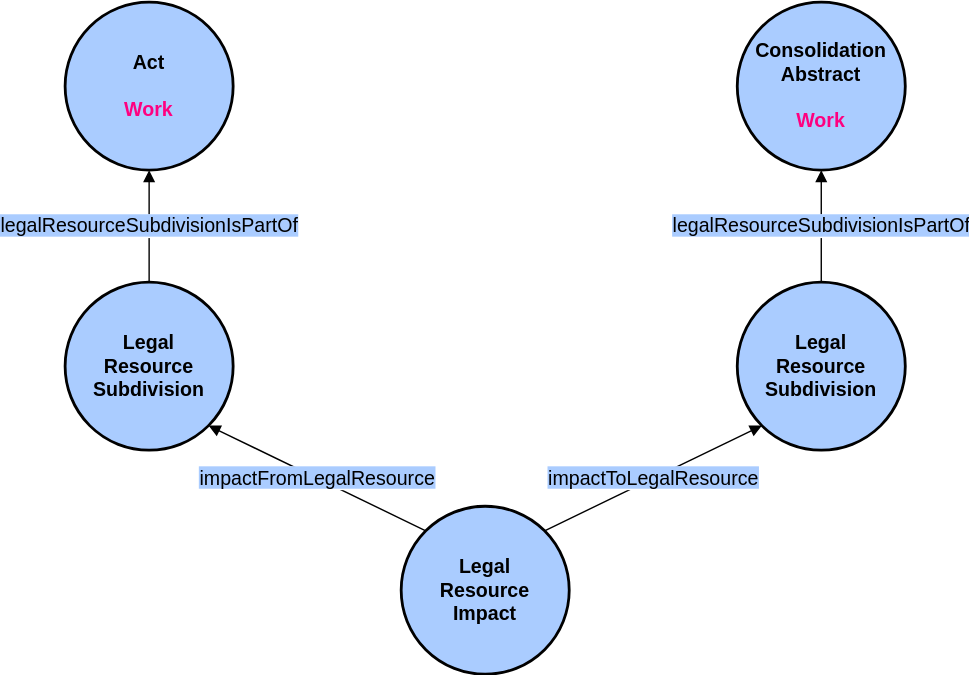
This is doc/img/impact.svg from bequrios/jolux-sphinx, a draw.io export, as it was before one commit. Source tidied: cells renumbered, new cells last; positions are measured from the earlier drawing's top-left corner, leaving out a move shared by most shapes. Its diagram source:
```xml
<mxGraphModel>
  <root>
    <mxCell id="0" />
    <mxCell id="1" parent="0" />
    <mxCell id="2" value="&lt;b&gt;Act&lt;br&gt;&lt;br&gt;&lt;font color=&quot;#ff0080&quot;&gt;Work&lt;/font&gt;&lt;/b&gt;" style="ellipse;whiteSpace=wrap;html=1;rounded=0;shadow=0;glass=0;comic=0;strokeColor=#000000;strokeWidth=2;fillColor=#acf;gradientColor=none;fontSize=14;fontColor=#000000;align=center;" parent="1" vertex="1">
      <mxGeometry width="120" height="120" as="geometry" />
    </mxCell>
    <mxCell id="3" value="&lt;b&gt;Legal&lt;br&gt;Resource&lt;br&gt;Impact&lt;/b&gt;" style="ellipse;whiteSpace=wrap;html=1;rounded=0;shadow=0;glass=0;comic=0;strokeColor=#000000;strokeWidth=2;fillColor=#acf;gradientColor=none;fontSize=14;fontColor=#000000;align=center;" parent="1" vertex="1">
      <mxGeometry x="240" y="360" width="120" height="120" as="geometry" />
    </mxCell>
    <mxCell id="4" value="&lt;b&gt;Legal&lt;br&gt;Resource&lt;br&gt;Subdivision&lt;/b&gt;" style="ellipse;whiteSpace=wrap;html=1;rounded=0;shadow=0;glass=0;comic=0;strokeColor=#000000;strokeWidth=2;fillColor=#acf;gradientColor=none;fontSize=14;fontColor=#000000;align=center;" parent="1" vertex="1">
      <mxGeometry y="200" width="120" height="120" as="geometry" />
    </mxCell>
    <mxCell id="5" value="&lt;b&gt;Consolidation&lt;br&gt;Abstract&lt;br&gt;&lt;br&gt;&lt;font color=&quot;#ff0080&quot;&gt;Work&lt;/font&gt;&lt;/b&gt;" style="ellipse;whiteSpace=wrap;html=1;rounded=0;shadow=0;glass=0;comic=0;strokeColor=#000000;strokeWidth=2;fillColor=#acf;gradientColor=none;fontSize=14;fontColor=#000000;align=center;" parent="1" vertex="1">
      <mxGeometry x="480" width="120" height="120" as="geometry" />
    </mxCell>
    <mxCell id="6" value="&lt;b&gt;Legal&lt;br&gt;Resource&lt;br&gt;Subdivision&lt;/b&gt;" style="ellipse;whiteSpace=wrap;html=1;rounded=0;shadow=0;glass=0;comic=0;strokeColor=#000000;strokeWidth=2;fillColor=#acf;gradientColor=none;fontSize=14;fontColor=#000000;align=center;" parent="1" vertex="1">
      <mxGeometry x="480" y="200" width="120" height="120" as="geometry" />
    </mxCell>
    <mxCell id="7" value="&lt;span style=&quot;background-color: rgb(170 , 204 , 255)&quot;&gt;impactFromLegalResource&lt;/span&gt;" style="endArrow=block;html=1;strokeColor=#000000;fontSize=14;fontColor=#000000;endFill=1;entryX=1;entryY=1;entryDx=0;entryDy=0;exitX=0;exitY=0;exitDx=0;exitDy=0;" parent="1" edge="1" source="3" target="4">
      <mxGeometry relative="1" as="geometry" />
    </mxCell>
    <mxCell id="8" value="&lt;span style=&quot;background-color: rgb(170 , 204 , 255)&quot;&gt;impactToLegalResource&lt;/span&gt;" style="endArrow=block;html=1;strokeColor=#000000;fontSize=14;fontColor=#000000;endFill=1;entryX=0;entryY=1;entryDx=0;entryDy=0;exitX=1;exitY=0;exitDx=0;exitDy=0;" parent="1" edge="1" source="3" target="6">
      <mxGeometry relative="1" as="geometry" />
    </mxCell>
    <mxCell id="9" value="&lt;span style=&quot;background-color: rgb(170 , 204 , 255)&quot;&gt;legalResourceSubdivisionIsPartOf&lt;/span&gt;" style="endArrow=block;html=1;strokeColor=#000000;fontSize=14;fontColor=#000000;endFill=1;entryX=0.5;entryY=1;entryDx=0;entryDy=0;exitX=0.5;exitY=0;exitDx=0;exitDy=0;" parent="1" edge="1" source="4" target="2">
      <mxGeometry relative="1" as="geometry" />
    </mxCell>
    <mxCell id="10" value="&lt;span style=&quot;background-color: rgb(170 , 204 , 255)&quot;&gt;legalResourceSubdivisionIsPartOf&lt;/span&gt;" style="endArrow=block;html=1;strokeColor=#000000;fontSize=14;fontColor=#000000;endFill=1;entryX=0.5;entryY=1;entryDx=0;entryDy=0;exitX=0.5;exitY=0;exitDx=0;exitDy=0;" parent="1" edge="1" source="6" target="5">
      <mxGeometry relative="1" as="geometry" />
    </mxCell>
  </root>
</mxGraphModel>
```
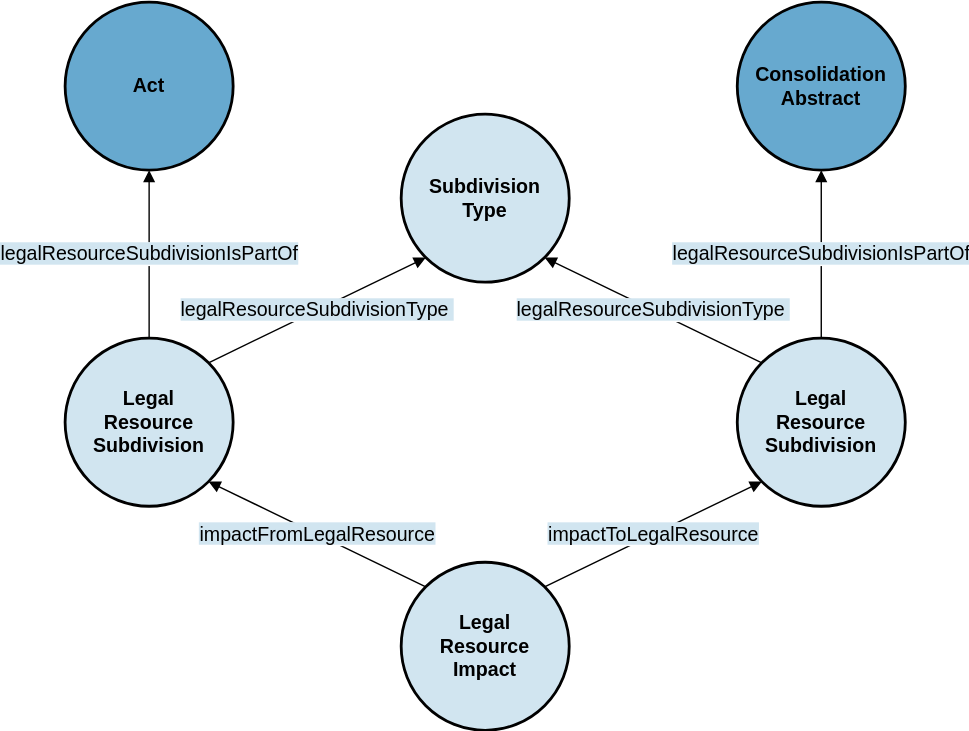
After the change.

The edit, as a diff of the source:
```diff
@@ -2,32 +2,41 @@
   <root>
     <mxCell id="0" />
     <mxCell id="1" parent="0" />
-    <mxCell id="2" value="&lt;b&gt;Act&lt;br&gt;&lt;br&gt;&lt;font color=&quot;#ff0080&quot;&gt;Work&lt;/font&gt;&lt;/b&gt;" style="ellipse;whiteSpace=wrap;html=1;rounded=0;shadow=0;glass=0;comic=0;strokeColor=#000000;strokeWidth=2;fillColor=#acf;gradientColor=none;fontSize=14;fontColor=#000000;align=center;" parent="1" vertex="1">
-      <mxGeometry width="120" height="120" as="geometry" />
+    <mxCell id="2" value="&lt;b&gt;Act&lt;br&gt;&lt;/b&gt;" style="ellipse;whiteSpace=wrap;html=1;rounded=0;shadow=0;glass=0;comic=0;strokeColor=#000000;strokeWidth=2;fillColor=#67A9CF;gradientColor=none;fontSize=14;fontColor=#000000;align=center;" parent="1" vertex="1">
+      <mxGeometry y="-40" width="120" height="120" as="geometry" />
     </mxCell>
-    <mxCell id="3" value="&lt;b&gt;Legal&lt;br&gt;Resource&lt;br&gt;Impact&lt;/b&gt;" style="ellipse;whiteSpace=wrap;html=1;rounded=0;shadow=0;glass=0;comic=0;strokeColor=#000000;strokeWidth=2;fillColor=#acf;gradientColor=none;fontSize=14;fontColor=#000000;align=center;" parent="1" vertex="1">
+    <mxCell id="3" value="&lt;b&gt;Legal&lt;br&gt;Resource&lt;br&gt;Impact&lt;/b&gt;" style="ellipse;whiteSpace=wrap;html=1;rounded=0;shadow=0;glass=0;comic=0;strokeColor=#000000;strokeWidth=2;fillColor=#D1E5F0;gradientColor=none;fontSize=14;fontColor=#000000;align=center;" parent="1" vertex="1">
       <mxGeometry x="240" y="360" width="120" height="120" as="geometry" />
     </mxCell>
-    <mxCell id="4" value="&lt;b&gt;Legal&lt;br&gt;Resource&lt;br&gt;Subdivision&lt;/b&gt;" style="ellipse;whiteSpace=wrap;html=1;rounded=0;shadow=0;glass=0;comic=0;strokeColor=#000000;strokeWidth=2;fillColor=#acf;gradientColor=none;fontSize=14;fontColor=#000000;align=center;" parent="1" vertex="1">
+    <mxCell id="4" value="&lt;b&gt;Legal&lt;br&gt;Resource&lt;br&gt;Subdivision&lt;/b&gt;" style="ellipse;whiteSpace=wrap;html=1;rounded=0;shadow=0;glass=0;comic=0;strokeColor=#000000;strokeWidth=2;fillColor=#D1E5F0;gradientColor=none;fontSize=14;fontColor=#000000;align=center;" parent="1" vertex="1">
       <mxGeometry y="200" width="120" height="120" as="geometry" />
     </mxCell>
-    <mxCell id="5" value="&lt;b&gt;Consolidation&lt;br&gt;Abstract&lt;br&gt;&lt;br&gt;&lt;font color=&quot;#ff0080&quot;&gt;Work&lt;/font&gt;&lt;/b&gt;" style="ellipse;whiteSpace=wrap;html=1;rounded=0;shadow=0;glass=0;comic=0;strokeColor=#000000;strokeWidth=2;fillColor=#acf;gradientColor=none;fontSize=14;fontColor=#000000;align=center;" parent="1" vertex="1">
-      <mxGeometry x="480" width="120" height="120" as="geometry" />
+    <mxCell id="5" value="&lt;b&gt;Consolidation&lt;br&gt;Abstract&lt;br&gt;&lt;/b&gt;" style="ellipse;whiteSpace=wrap;html=1;rounded=0;shadow=0;glass=0;comic=0;strokeColor=#000000;strokeWidth=2;fillColor=#67A9CF;gradientColor=none;fontSize=14;fontColor=#000000;align=center;" parent="1" vertex="1">
+      <mxGeometry x="480" y="-40" width="120" height="120" as="geometry" />
     </mxCell>
-    <mxCell id="6" value="&lt;b&gt;Legal&lt;br&gt;Resource&lt;br&gt;Subdivision&lt;/b&gt;" style="ellipse;whiteSpace=wrap;html=1;rounded=0;shadow=0;glass=0;comic=0;strokeColor=#000000;strokeWidth=2;fillColor=#acf;gradientColor=none;fontSize=14;fontColor=#000000;align=center;" parent="1" vertex="1">
+    <mxCell id="6" value="&lt;b&gt;Legal&lt;br&gt;Resource&lt;br&gt;Subdivision&lt;/b&gt;" style="ellipse;whiteSpace=wrap;html=1;rounded=0;shadow=0;glass=0;comic=0;strokeColor=#000000;strokeWidth=2;fillColor=#D1E5F0;gradientColor=none;fontSize=14;fontColor=#000000;align=center;" parent="1" vertex="1">
       <mxGeometry x="480" y="200" width="120" height="120" as="geometry" />
     </mxCell>
-    <mxCell id="7" value="&lt;span style=&quot;background-color: rgb(170 , 204 , 255)&quot;&gt;impactFromLegalResource&lt;/span&gt;" style="endArrow=block;html=1;strokeColor=#000000;fontSize=14;fontColor=#000000;endFill=1;entryX=1;entryY=1;entryDx=0;entryDy=0;exitX=0;exitY=0;exitDx=0;exitDy=0;" parent="1" edge="1" source="3" target="4">
+    <mxCell id="7" value="&lt;span style=&quot;background-color: rgb(209, 229, 240);&quot;&gt;impactFromLegalResource&lt;/span&gt;" style="endArrow=block;html=1;strokeColor=#000000;fontSize=14;fontColor=#000000;endFill=1;entryX=1;entryY=1;entryDx=0;entryDy=0;exitX=0;exitY=0;exitDx=0;exitDy=0;" parent="1" edge="1" source="3" target="4">
       <mxGeometry relative="1" as="geometry" />
     </mxCell>
-    <mxCell id="8" value="&lt;span style=&quot;background-color: rgb(170 , 204 , 255)&quot;&gt;impactToLegalResource&lt;/span&gt;" style="endArrow=block;html=1;strokeColor=#000000;fontSize=14;fontColor=#000000;endFill=1;entryX=0;entryY=1;entryDx=0;entryDy=0;exitX=1;exitY=0;exitDx=0;exitDy=0;" parent="1" edge="1" source="3" target="6">
+    <mxCell id="8" value="&lt;span style=&quot;background-color: rgb(209, 229, 240);&quot;&gt;impactToLegalResource&lt;/span&gt;" style="endArrow=block;html=1;strokeColor=#000000;fontSize=14;fontColor=#000000;endFill=1;entryX=0;entryY=1;entryDx=0;entryDy=0;exitX=1;exitY=0;exitDx=0;exitDy=0;" parent="1" edge="1" source="3" target="6">
       <mxGeometry relative="1" as="geometry" />
     </mxCell>
-    <mxCell id="9" value="&lt;span style=&quot;background-color: rgb(170 , 204 , 255)&quot;&gt;legalResourceSubdivisionIsPartOf&lt;/span&gt;" style="endArrow=block;html=1;strokeColor=#000000;fontSize=14;fontColor=#000000;endFill=1;entryX=0.5;entryY=1;entryDx=0;entryDy=0;exitX=0.5;exitY=0;exitDx=0;exitDy=0;" parent="1" edge="1" source="4" target="2">
+    <mxCell id="9" value="&lt;span style=&quot;background-color: rgb(209, 229, 240);&quot;&gt;legalResourceSubdivisionIsPartOf&lt;/span&gt;" style="endArrow=block;html=1;strokeColor=#000000;fontSize=14;fontColor=#000000;endFill=1;entryX=0.5;entryY=1;entryDx=0;entryDy=0;exitX=0.5;exitY=0;exitDx=0;exitDy=0;" parent="1" edge="1" source="4" target="2">
       <mxGeometry relative="1" as="geometry" />
     </mxCell>
-    <mxCell id="10" value="&lt;span style=&quot;background-color: rgb(170 , 204 , 255)&quot;&gt;legalResourceSubdivisionIsPartOf&lt;/span&gt;" style="endArrow=block;html=1;strokeColor=#000000;fontSize=14;fontColor=#000000;endFill=1;entryX=0.5;entryY=1;entryDx=0;entryDy=0;exitX=0.5;exitY=0;exitDx=0;exitDy=0;" parent="1" edge="1" source="6" target="5">
+    <mxCell id="10" value="&lt;span style=&quot;background-color: rgb(209, 229, 240);&quot;&gt;legalResourceSubdivisionIsPartOf&lt;/span&gt;" style="endArrow=block;html=1;strokeColor=#000000;fontSize=14;fontColor=#000000;endFill=1;entryX=0.5;entryY=1;entryDx=0;entryDy=0;exitX=0.5;exitY=0;exitDx=0;exitDy=0;" parent="1" edge="1" source="6" target="5">
       <mxGeometry relative="1" as="geometry" />
     </mxCell>
+    <mxCell id="11" value="&lt;b&gt;Subdivision&lt;br&gt;Type&lt;/b&gt;" style="ellipse;whiteSpace=wrap;html=1;rounded=0;shadow=0;glass=0;comic=0;strokeColor=#000000;strokeWidth=2;fillColor=#D1E5F0;gradientColor=none;fontSize=14;fontColor=#000000;align=center;" parent="1" vertex="1">
+      <mxGeometry x="240" y="40" width="120" height="120" as="geometry" />
+    </mxCell>
+    <mxCell id="12" value="&lt;span style=&quot;background-color: rgb(209, 229, 240);&quot;&gt;legalResourceSubdivisionType&amp;nbsp;&lt;/span&gt;" style="endArrow=block;html=1;strokeColor=#000000;fontSize=14;fontColor=#000000;endFill=1;entryX=0;entryY=1;entryDx=0;entryDy=0;exitX=1;exitY=0;exitDx=0;exitDy=0;" parent="1" edge="1" source="4" target="11">
+      <mxGeometry relative="1" as="geometry" />
+    </mxCell>
+    <mxCell id="13" value="&lt;span style=&quot;background-color: rgb(209, 229, 240);&quot;&gt;legalResourceSubdivisionType&amp;nbsp;&lt;/span&gt;" style="endArrow=block;html=1;strokeColor=#000000;fontSize=14;fontColor=#000000;endFill=1;entryX=1;entryY=1;entryDx=0;entryDy=0;exitX=0;exitY=0;exitDx=0;exitDy=0;" parent="1" edge="1" source="6" target="11">
+      <mxGeometry relative="1" as="geometry" />
+    </mxCell>
   </root>
 </mxGraphModel>
```
